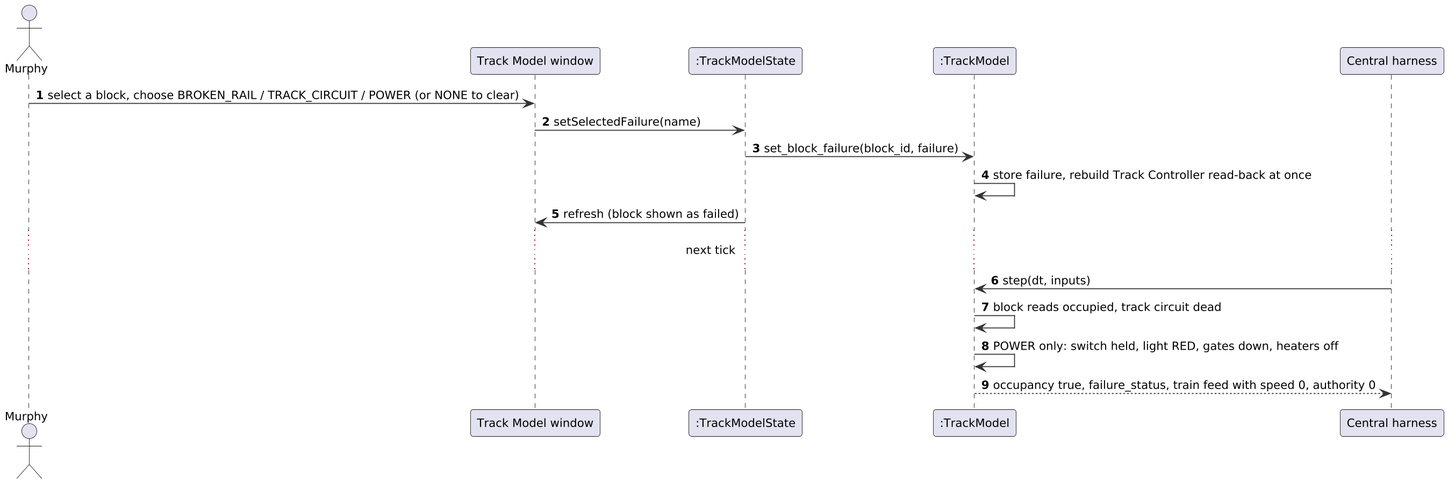
Before: documents/uml/track_model/sd14_failure.png, a diagram exported from PlantUML (Landiss04/Track-Overflow).
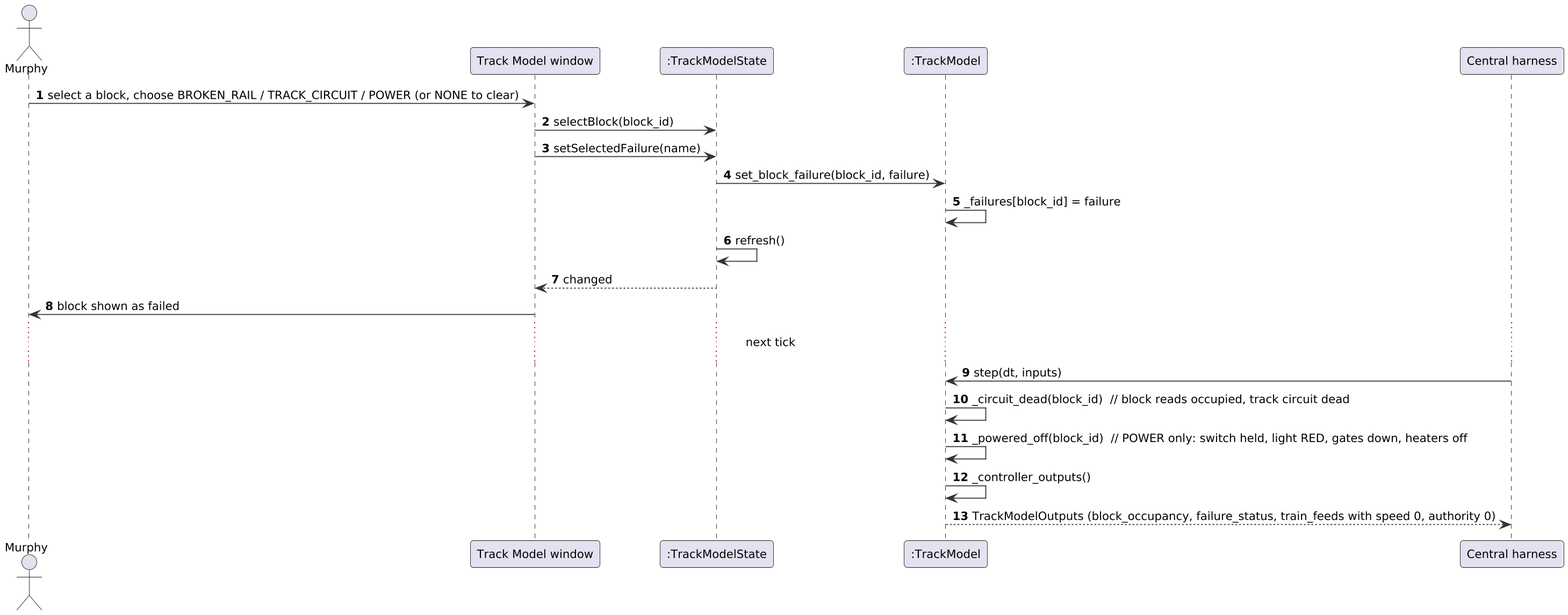
Later version of the same file.

Diff of the diagram source:
```diff
@@ -15,13 +15,17 @@
 participant ":TrackModel" as TM
 participant "Central harness" as H
 Murphy -> W : select a block, choose BROKEN_RAIL / TRACK_CIRCUIT / POWER (or NONE to clear)
+W -> S : selectBlock(block_id)
 W -> S : setSelectedFailure(name)
 S -> TM : set_block_failure(block_id, failure)
-TM -> TM : store failure, rebuild Track Controller read-back at once
-S -> W : refresh (block shown as failed)
+TM -> TM : _failures[block_id] = failure
+S -> S : refresh()
+S --> W : changed
+W -> Murphy : block shown as failed
 ... next tick ...
 H -> TM : step(dt, inputs)
-TM -> TM : block reads occupied, track circuit dead
-TM -> TM : POWER only: switch held, light RED, gates down, heaters off
-TM --> H : occupancy true, failure_status, train feed with speed 0, authority 0
+TM -> TM : _circuit_dead(block_id)  // block reads occupied, track circuit dead
+TM -> TM : _powered_off(block_id)  // POWER only: switch held, light RED, gates down, heaters off
+TM -> TM : _controller_outputs()
+TM --> H : TrackModelOutputs (block_occupancy, failure_status, train_feeds with speed 0, authority 0)
 @enduml
```
